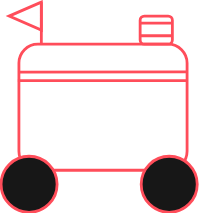
Before: assets/svg/delivery-bot.svg, a diagram exported from draw.io (arghadeep25/arghadeep25.github.io). Source tidied: cells renumbered, new cells last; positions are measured from the earlier drawing's top-left corner, leaving out a move shared by most shapes.
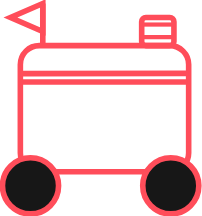
After the commit.

Commit message:
delivery bot image updated

What changed in the source:
```diff
@@ -2,47 +2,47 @@
   <root>
     <mxCell id="0" />
     <mxCell id="1" parent="0" />
-    <mxCell id="2" style="rounded=1;whiteSpace=wrap;html=1;gradientColor=#3333FF;fillColor=none;strokeColor=#FF4D5A;strokeWidth=2;" parent="1" vertex="1">
+    <mxCell id="2" style="rounded=1;whiteSpace=wrap;html=1;gradientColor=#3333FF;fillColor=none;strokeColor=#FF4D5A;strokeWidth=4;" parent="1" vertex="1">
       <mxGeometry x="13" y="30" width="120" height="90" as="geometry" />
     </mxCell>
-    <mxCell id="3" style="ellipse;whiteSpace=wrap;html=1;gradientColor=none;fillColor=#171717;strokeColor=#FF4D5A;strokeWidth=2;" parent="1" vertex="1">
+    <mxCell id="3" style="ellipse;whiteSpace=wrap;html=1;gradientColor=none;fillColor=#171717;strokeColor=#FF4D5A;strokeWidth=4;" parent="1" vertex="1">
       <mxGeometry x="0.2" y="110" width="40" height="40" as="geometry" />
     </mxCell>
-    <mxCell id="4" style="ellipse;whiteSpace=wrap;html=1;gradientColor=none;fillColor=#171717;strokeColor=#FF4D5A;strokeWidth=2;" parent="1" vertex="1">
+    <mxCell id="4" style="ellipse;whiteSpace=wrap;html=1;gradientColor=none;fillColor=#171717;strokeColor=#FF4D5A;strokeWidth=4;" parent="1" vertex="1">
       <mxGeometry x="100.2" y="110" width="40" height="40" as="geometry" />
     </mxCell>
-    <mxCell id="5" style="endArrow=none;html=1;rounded=0;entryX=0.999;entryY=0.22;entryDx=0;entryDy=0;entryPerimeter=0;strokeColor=#FF4D5A;strokeWidth=2;" parent="1" edge="1" target="2">
+    <mxCell id="5" style="endArrow=none;html=1;rounded=0;entryX=0.999;entryY=0.22;entryDx=0;entryDy=0;entryPerimeter=0;strokeColor=#FF4D5A;strokeWidth=4;" parent="1" edge="1" target="2">
       <mxGeometry relative="1" as="geometry">
         <mxPoint x="13" y="50" as="sourcePoint" />
       </mxGeometry>
     </mxCell>
-    <mxCell id="6" style="endArrow=none;html=1;rounded=0;entryX=0.999;entryY=0.22;entryDx=0;entryDy=0;entryPerimeter=0;strokeColor=#FF4D5A;strokeWidth=2;" parent="1" edge="1">
+    <mxCell id="6" style="endArrow=none;html=1;rounded=0;entryX=0.999;entryY=0.22;entryDx=0;entryDy=0;entryPerimeter=0;strokeColor=#FF4D5A;strokeWidth=4;" parent="1" edge="1">
       <mxGeometry relative="1" as="geometry">
         <mxPoint x="12.2" y="56" as="sourcePoint" />
         <mxPoint x="132.2" y="56" as="targetPoint" />
       </mxGeometry>
     </mxCell>
-    <mxCell id="7" style="rounded=1;whiteSpace=wrap;html=1;gradientColor=#3333FF;fillColor=none;strokeColor=#FF4D5A;strokeWidth=2;" parent="1" vertex="1">
+    <mxCell id="7" style="rounded=1;whiteSpace=wrap;html=1;gradientColor=#3333FF;fillColor=none;strokeColor=#FF4D5A;strokeWidth=4;" parent="1" vertex="1">
       <mxGeometry x="99.5" y="10" width="23" height="20" as="geometry" />
     </mxCell>
-    <mxCell id="8" style="endArrow=none;html=1;rounded=0;entryX=1;entryY=0.25;entryDx=0;entryDy=0;strokeColor=#FF4D5A;strokeWidth=2;" parent="1" edge="1" target="7">
+    <mxCell id="8" style="endArrow=none;html=1;rounded=0;entryX=1;entryY=0.25;entryDx=0;entryDy=0;strokeColor=#FF4D5A;strokeWidth=3;" parent="1" edge="1" target="7">
       <mxGeometry relative="1" as="geometry">
         <mxPoint x="100" y="15" as="sourcePoint" />
       </mxGeometry>
     </mxCell>
-    <mxCell id="9" style="endArrow=none;html=1;rounded=0;entryX=1;entryY=0.25;entryDx=0;entryDy=0;strokeColor=#FF4D5A;strokeWidth=2;" parent="1" edge="1">
+    <mxCell id="9" style="endArrow=none;html=1;rounded=0;entryX=1;entryY=0.25;entryDx=0;entryDy=0;strokeColor=#FF4D5A;strokeWidth=3;" parent="1" edge="1">
       <mxGeometry relative="1" as="geometry">
         <mxPoint x="99" y="24" as="sourcePoint" />
         <mxPoint x="122" y="24" as="targetPoint" />
       </mxGeometry>
     </mxCell>
-    <mxCell id="10" style="endArrow=none;html=1;rounded=0;strokeColor=#FF4D5A;strokeWidth=2;" parent="1" edge="1">
+    <mxCell id="10" style="endArrow=none;html=1;rounded=0;strokeColor=#FF4D5A;strokeWidth=4;" parent="1" edge="1">
       <mxGeometry relative="1" as="geometry">
         <mxPoint x="29" y="30" as="sourcePoint" />
         <mxPoint x="29" as="targetPoint" />
       </mxGeometry>
     </mxCell>
-    <mxCell id="11" style="triangle;whiteSpace=wrap;html=1;flipH=1;fillColor=none;strokeColor=#FF4D5A;strokeWidth=2;" parent="1" vertex="1">
+    <mxCell id="11" style="triangle;whiteSpace=wrap;html=1;flipH=1;fillColor=none;strokeColor=#FF4D5A;strokeWidth=4;" parent="1" vertex="1">
       <mxGeometry x="6" width="23" height="20" as="geometry" />
     </mxCell>
   </root>
```
